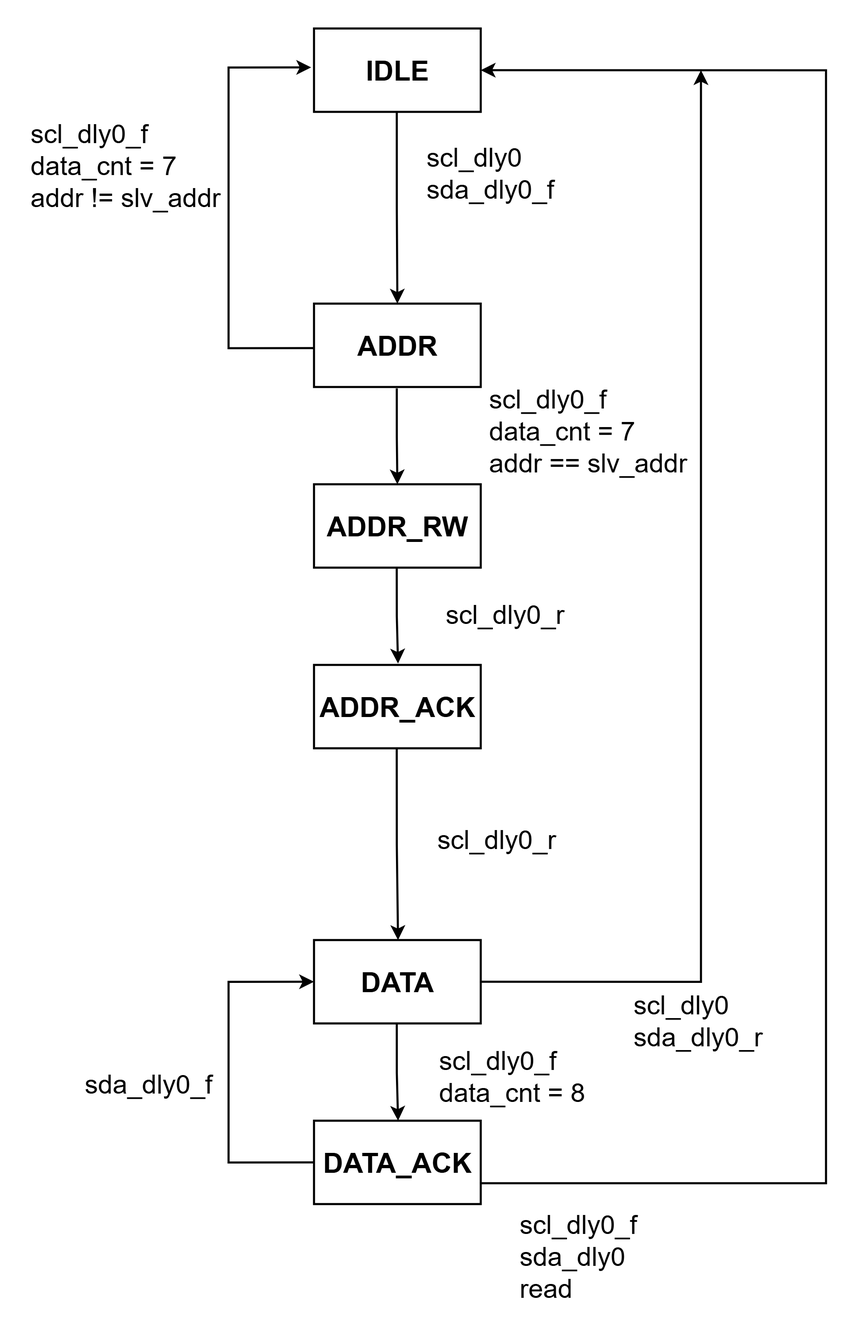
Before: images/i2c_slave_fsm.png, a diagram exported from draw.io (taeseong-dev/i2c-spi-rtl-design). Source tidied: cells renumbered, new cells last; positions are measured from the earlier drawing's top-left corner, leaving out a move shared by most shapes.
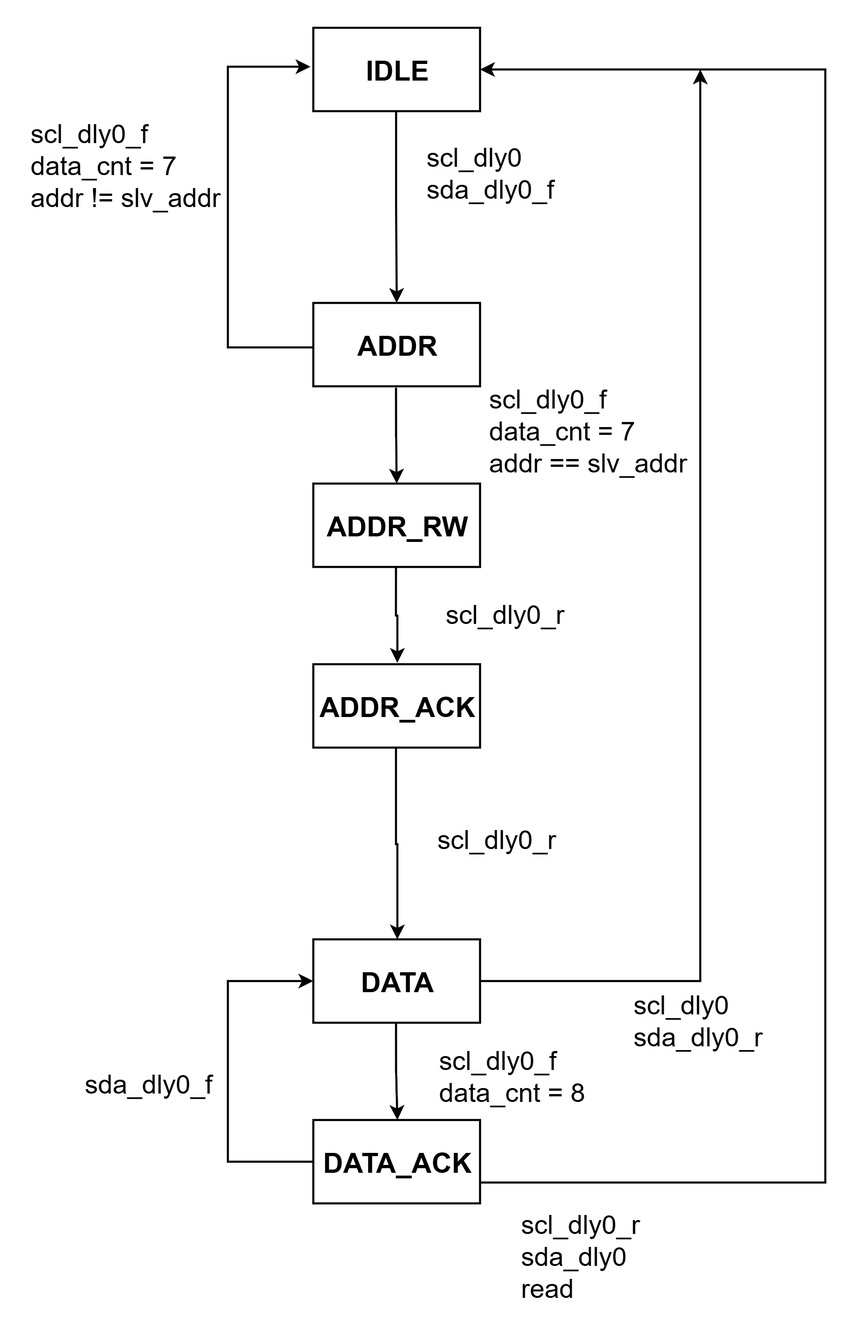
Later version of the same file.

The edit, as a diff of the source:
```diff
@@ -93,7 +93,7 @@
         </Array>
       </mxGeometry>
     </mxCell>
-    <mxCell id="22" value="&lt;div&gt;scl_dly0_f&lt;/div&gt;sda_dly0&lt;div&gt;read&lt;/div&gt;" style="text;html=1;whiteSpace=wrap;strokeColor=none;fillColor=none;align=left;verticalAlign=middle;rounded=0;fontSize=19;" parent="1" vertex="1">
+    <mxCell id="22" value="&lt;div&gt;scl_dly0_r&lt;/div&gt;sda_dly0&lt;div&gt;read&lt;/div&gt;" style="text;html=1;whiteSpace=wrap;strokeColor=none;fillColor=none;align=left;verticalAlign=middle;rounded=0;fontSize=19;" parent="1" vertex="1">
       <mxGeometry x="352.5" y="870" width="111.5" height="30" as="geometry" />
     </mxCell>
     <mxCell id="23" value="&lt;div&gt;sda_dly0_f&lt;/div&gt;" style="text;html=1;whiteSpace=wrap;strokeColor=none;fillColor=none;align=left;verticalAlign=middle;rounded=0;fontSize=19;" parent="1" vertex="1">
```
